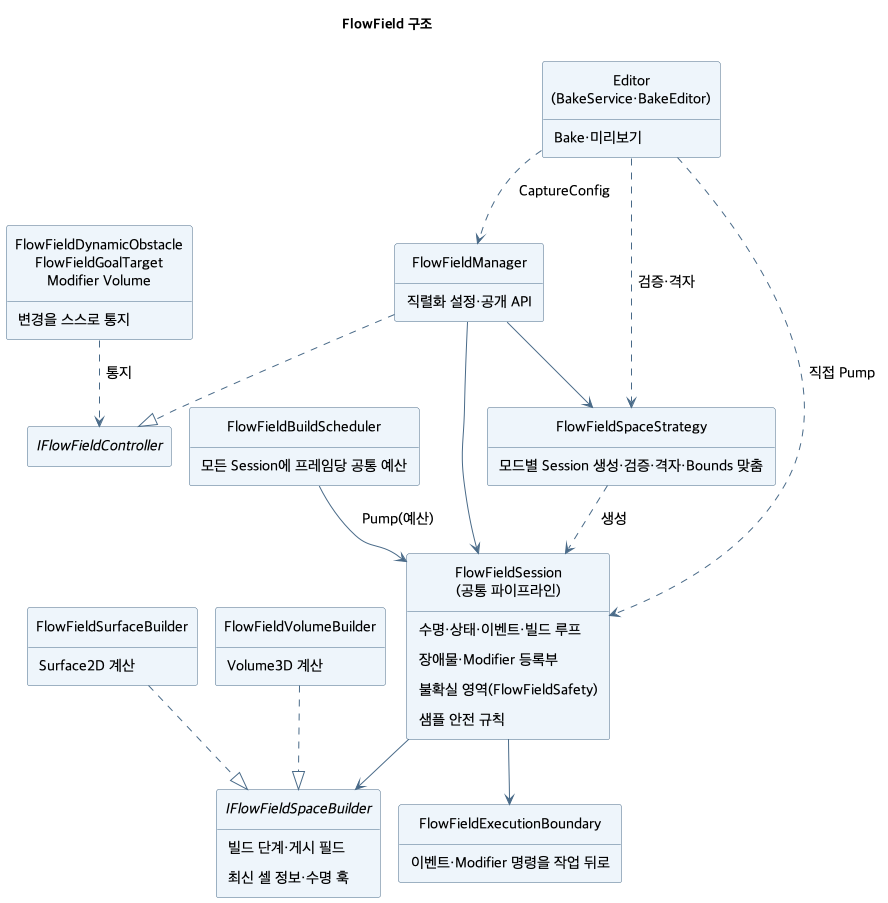
Before: ToyProject/Assets/_FlowField/Docs/Images/flowfield-structure.png, a diagram exported from PlantUML (youwonsock/tool-unity-editor). Its diagram source:
```plantuml
@startuml flowfield-structure
!pragma layout smetana
skinparam shadowing false
skinparam defaultFontName "Apple SD Gothic Neo"
skinparam defaultFontSize 15
skinparam ArrowColor #496A88
skinparam Padding 6
skinparam classBackgroundColor #EEF5FB
skinparam classBorderColor #496A88
hide empty members
hide circle
title FlowField 구조

class "FlowFieldDynamicObstacle\nFlowFieldGoalTarget\nModifier Volume" as Components {
  변경을 스스로 통지
}
interface "IFlowFieldController" as API
class FlowFieldManager {
  직렬화 설정·공개 API
}
class FlowFieldSpaceStrategy {
  모드별 Session 생성·검증·격자·Bounds 맞춤
}
class "FlowFieldSession\n(공통 파이프라인)" as Session {
  수명·상태·이벤트·빌드 루프
  장애물·Modifier 등록부
  {field} 불확실 영역(FlowFieldSafety)
  샘플 안전 규칙
}
interface IFlowFieldSpaceBuilder {
  빌드 단계·게시 필드
  최신 셀 정보·수명 훅
}
class FlowFieldSurfaceBuilder {
  Surface2D 계산
}
class FlowFieldVolumeBuilder {
  Volume3D 계산
}
class FlowFieldBuildScheduler {
  모든 Session에 프레임당 공통 예산
}
class FlowFieldExecutionBoundary {
  이벤트·Modifier 명령을 작업 뒤로
}
class "Editor\n(BakeService·BakeEditor)" as Editor {
  Bake·미리보기
}

Components ..> API : 통지
FlowFieldManager ..|> API
FlowFieldManager --> FlowFieldSpaceStrategy
FlowFieldSpaceStrategy ..> Session : 생성
FlowFieldManager --> Session
Session --> IFlowFieldSpaceBuilder
FlowFieldSurfaceBuilder ..|> IFlowFieldSpaceBuilder
FlowFieldVolumeBuilder ..|> IFlowFieldSpaceBuilder
FlowFieldBuildScheduler --> Session : Pump(예산)
Session --> FlowFieldExecutionBoundary
Editor ..> FlowFieldManager : CaptureConfig
Editor ..> FlowFieldSpaceStrategy : 검증·격자
Editor ..> Session : 직접 Pump
@enduml
```
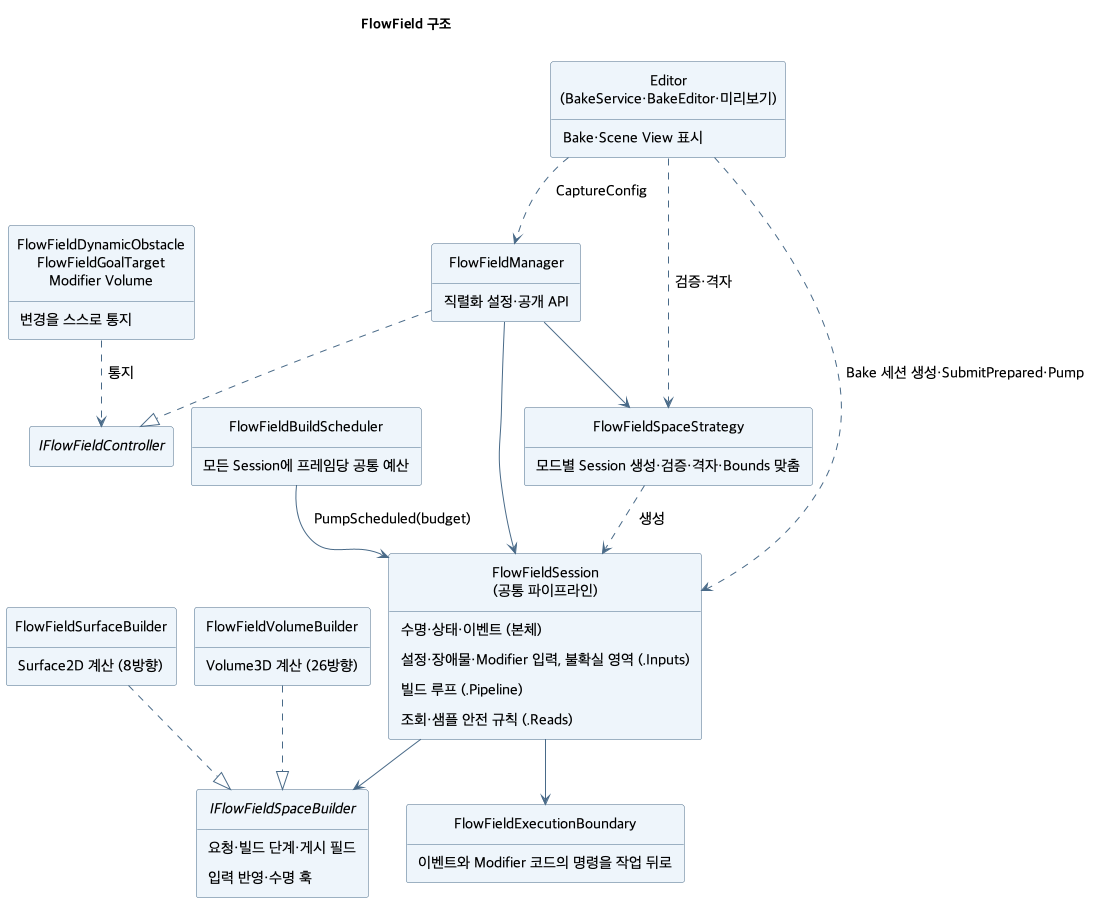
The same diagram one commit later.

Diff of the diagram source:
```diff
@@ -22,29 +22,29 @@
   모드별 Session 생성·검증·격자·Bounds 맞춤
 }
 class "FlowFieldSession\n(공통 파이프라인)" as Session {
-  수명·상태·이벤트·빌드 루프
-  장애물·Modifier 등록부
-  {field} 불확실 영역(FlowFieldSafety)
-  샘플 안전 규칙
+  {field} 수명·상태·이벤트 (본체)
+  {field} 설정·장애물·Modifier 입력, 불확실 영역 (.Inputs)
+  {field} 빌드 루프 (.Pipeline)
+  {field} 조회·샘플 안전 규칙 (.Reads)
 }
 interface IFlowFieldSpaceBuilder {
-  빌드 단계·게시 필드
-  최신 셀 정보·수명 훅
+  요청·빌드 단계·게시 필드
+  입력 반영·수명 훅
 }
 class FlowFieldSurfaceBuilder {
-  Surface2D 계산
+  Surface2D 계산 (8방향)
 }
 class FlowFieldVolumeBuilder {
-  Volume3D 계산
+  Volume3D 계산 (26방향)
 }
 class FlowFieldBuildScheduler {
   모든 Session에 프레임당 공통 예산
 }
 class FlowFieldExecutionBoundary {
-  이벤트·Modifier 명령을 작업 뒤로
+  이벤트와 Modifier 코드의 명령을 작업 뒤로
 }
-class "Editor\n(BakeService·BakeEditor)" as Editor {
-  Bake·미리보기
+class "Editor\n(BakeService·BakeEditor·미리보기)" as Editor {
+  Bake·Scene View 표시
 }
 
 Components ..> API : 통지
@@ -55,9 +55,9 @@
 Session --> IFlowFieldSpaceBuilder
 FlowFieldSurfaceBuilder ..|> IFlowFieldSpaceBuilder
 FlowFieldVolumeBuilder ..|> IFlowFieldSpaceBuilder
-FlowFieldBuildScheduler --> Session : Pump(예산)
+FlowFieldBuildScheduler --> Session : PumpScheduled(budget)
 Session --> FlowFieldExecutionBoundary
 Editor ..> FlowFieldManager : CaptureConfig
 Editor ..> FlowFieldSpaceStrategy : 검증·격자
-Editor ..> Session : 직접 Pump
+Editor ..> Session : Bake 세션 생성·SubmitPrepared·Pump
 @enduml
```
